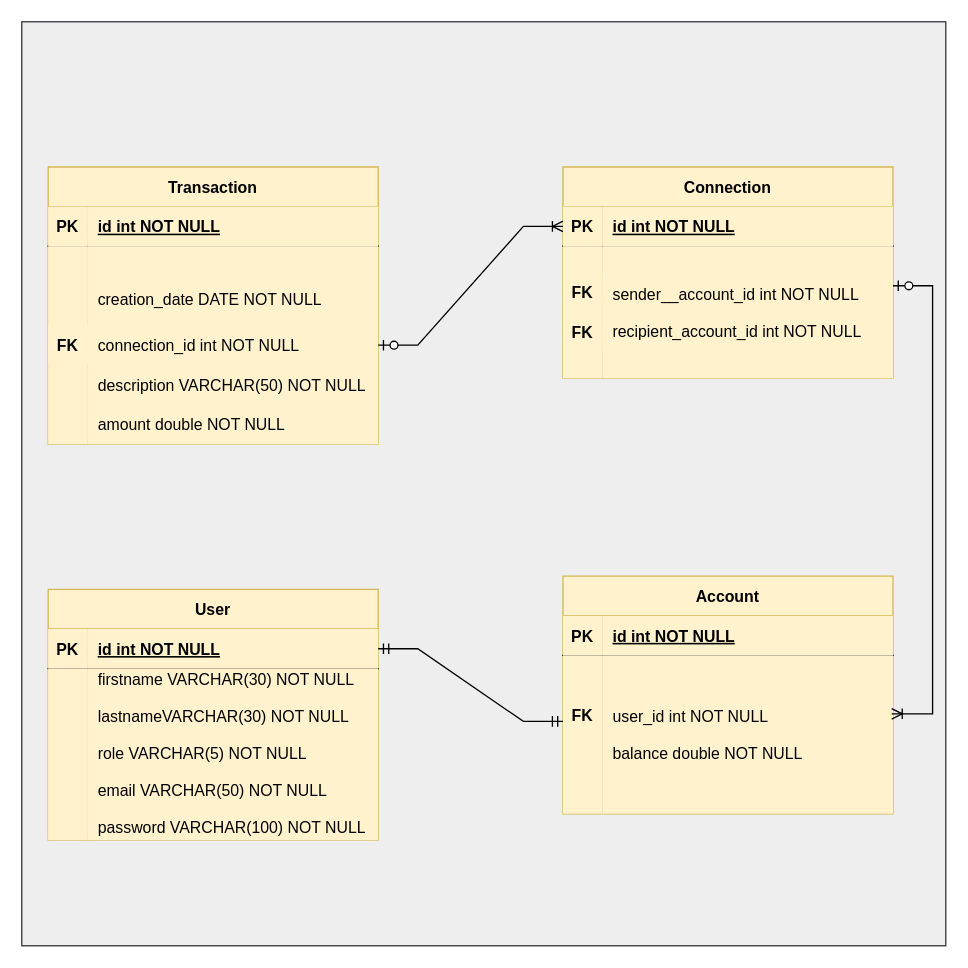
The draw.io diagram mpd-pmb.drawio in PhilAuto83/PayMyBuddy-PM, before the edit. Source tidied: cells renumbered, new cells numbered last; positions are measured from the earlier drawing's top-left corner, leaving out a move shared by most shapes. Both pictures are drawn from the tidied source at 132%, with x=0, y=0 at pixel (21, 21).
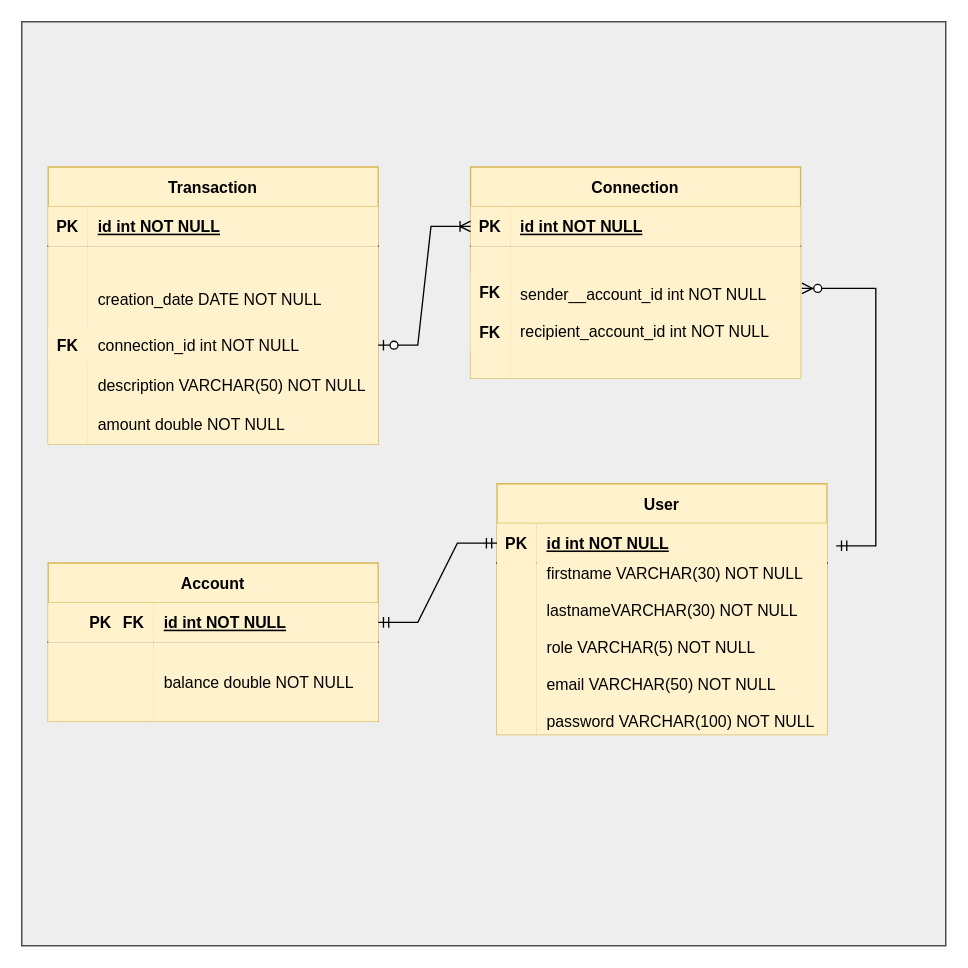
Above is the later version.

Commit message (it also covers changes not shown here):
changing uml for mcd and mpd with user connected to connection

The change refers to these unchanged cells:
```xml
<mxCell id="17" style="shape=partialRectangle;fillColor=none;points=[[0,0.5],[1,0.5]];portConstraint=eastwest;top=0;left=0;right=0;bottom=1;" parent="16" vertex="1">
  <mxGeometry y="30" width="250" height="30" as="geometry" />
</mxCell>
<mxCell id="27" style="shape=partialRectangle;fillColor=none;points=[[0,0.5],[1,0.5]];portConstraint=eastwest;top=0;left=0;right=0;bottom=0;" parent="23" vertex="1">
  <mxGeometry y="60" width="250" height="100" as="geometry" />
</mxCell>
<mxCell id="34" style="shape=partialRectangle;fillColor=none;points=[[0,0.5],[1,0.5]];portConstraint=eastwest;top=0;left=0;right=0;bottom=1;" parent="33" vertex="1">
  <mxGeometry y="30" width="250" height="30" as="geometry" />
</mxCell>
```

What changed in the source:
```diff
@@
     <mxCell id="16" value="User" style="shape=table;startSize=30;childLayout=tableLayout;rowLines=0;fontStyle=1;align=center;fillColor=#fff2cc;strokeColor=#d6b656;" parent="1" vertex="1">
-      <mxGeometry x="20" y="430" width="250" height="190" as="geometry" />
+      <mxGeometry x="360" y="350" width="250" height="190" as="geometry" />
     </mxCell>
@@
     <mxCell id="23" value="Connection" style="shape=table;startSize=30;childLayout=tableLayout;rowLines=0;fontStyle=1;align=center;fillColor=#fff2cc;strokeColor=#d6b656;" parent="1" vertex="1">
-      <mxGeometry x="410" y="110" width="250" height="160" as="geometry" />
+      <mxGeometry x="340" y="110" width="250" height="160" as="geometry" />
     </mxCell>
@@
     <mxCell id="30" value="FK" style="shape=partialRectangle;overflow=hidden;fillColor=#fff2cc;top=0;left=0;bottom=0;right=0;fontStyle=1;strokeColor=#d6b656;" parent="1" vertex="1">
-      <mxGeometry x="410" y="190" width="30" height="30" as="geometry" />
+      <mxGeometry x="340" y="190" width="30" height="30" as="geometry" />
     </mxCell>
     <mxCell id="31" value="FK" style="shape=partialRectangle;overflow=hidden;fillColor=#fff2cc;top=0;left=0;bottom=0;right=0;fontStyle=1;strokeColor=#d6b656;" parent="1" vertex="1">
-      <mxGeometry x="410" y="220" width="30" height="30" as="geometry" />
+      <mxGeometry x="340" y="220" width="30" height="30" as="geometry" />
     </mxCell>
@@
     <mxCell id="33" value="Account" style="shape=table;startSize=30;childLayout=tableLayout;rowLines=0;fontStyle=1;align=center;fillColor=#fff2cc;strokeColor=#d6b656;" parent="1" vertex="1">
-      <mxGeometry x="410" y="420" width="250" height="180" as="geometry" />
+      <mxGeometry x="20" y="410" width="250" height="120" as="geometry" />
     </mxCell>
@@
     <mxCell id="35" value="PK" style="shape=partialRectangle;overflow=hidden;fillColor=#fff2cc;top=0;left=0;bottom=0;right=0;fontStyle=1;strokeColor=#d6b656;" parent="34" vertex="1">
-      <mxGeometry width="30" height="30" as="geometry" />
+      <mxGeometry width="80" height="30" as="geometry" />
     </mxCell>
     <mxCell id="36" value="id int NOT NULL " style="shape=partialRectangle;overflow=hidden;fillColor=#fff2cc;top=0;left=0;bottom=0;right=0;align=left;spacingLeft=6;fontStyle=5;strokeColor=#d6b656;" parent="34" vertex="1">
-      <mxGeometry x="30" width="220" height="30" as="geometry" />
+      <mxGeometry x="80" width="170" height="30" as="geometry" />
     </mxCell>
     <mxCell id="37" style="shape=partialRectangle;fillColor=none;points=[[0,0.5],[1,0.5]];portConstraint=eastwest;top=0;left=0;right=0;bottom=0;" parent="33" vertex="1">
-      <mxGeometry y="60" width="250" height="120" as="geometry" />
+      <mxGeometry y="60" width="250" height="60" as="geometry" />
     </mxCell>
     <mxCell id="38" style="shape=partialRectangle;overflow=hidden;fillColor=#fff2cc;top=0;left=0;bottom=0;right=0;strokeColor=#d6b656;" parent="37" vertex="1">
-      <mxGeometry width="30" height="120" as="geometry" />
+      <mxGeometry width="80" height="60" as="geometry" />
     </mxCell>
-    <mxCell id="39" value="user_id int NOT NULL&#10;&#10;balance double NOT NULL" style="shape=partialRectangle;overflow=hidden;fillColor=#fff2cc;top=0;left=0;bottom=0;right=0;align=left;spacingLeft=6;strokeColor=#d6b656;" parent="37" vertex="1">
-      <mxGeometry x="30" width="220" height="120" as="geometry" />
+    <mxCell id="39" value="balance double NOT NULL" style="shape=partialRectangle;overflow=hidden;fillColor=#fff2cc;top=0;left=0;bottom=0;right=0;align=left;spacingLeft=6;strokeColor=#d6b656;" parent="37" vertex="1">
+      <mxGeometry x="80" width="170" height="60" as="geometry" />
     </mxCell>
+    <mxCell id="42" style="edgeStyle=entityRelationEdgeStyle;fontSize=12;html=1;endArrow=ERmandOne;startArrow=ERmandOne;rounded=0;exitX=0;exitY=0.5;exitDx=0;exitDy=0;entryX=1;entryY=0.5;entryDx=0;entryDy=0;" parent="1" edge="1" source="17" target="34">
+      <mxGeometry relative="1" as="geometry" />
+    </mxCell>
     <mxCell id="40" value="FK" style="shape=partialRectangle;overflow=hidden;fillColor=none;top=0;left=0;bottom=0;right=0;fontStyle=1;" parent="1" vertex="1">
-      <mxGeometry x="410" y="510" width="30" height="30" as="geometry" />
+      <mxGeometry x="70" y="440" width="30" height="30" as="geometry" />
     </mxCell>
-    <mxCell id="41" style="edgeStyle=entityRelationEdgeStyle;fontSize=12;html=1;endArrow=ERoneToMany;startArrow=ERzeroToOne;rounded=0;entryX=0.996;entryY=0.369;entryDx=0;entryDy=0;entryPerimeter=0;" parent="1" edge="1" target="37">
-      <mxGeometry relative="1" as="geometry">
-        <mxPoint x="660" y="200" as="sourcePoint" />
-        <Array as="points">
-          <mxPoint x="450" y="355" />
-        </Array>
-      </mxGeometry>
-    </mxCell>
-    <mxCell id="42" style="edgeStyle=entityRelationEdgeStyle;fontSize=12;html=1;endArrow=ERmandOne;startArrow=ERmandOne;rounded=0;exitX=1;exitY=0.5;exitDx=0;exitDy=0;" parent="1" edge="1" source="17">
-      <mxGeometry relative="1" as="geometry">
-        <mxPoint x="410" y="530" as="targetPoint" />
-      </mxGeometry>
-    </mxCell>
+    <mxCell id="43" style="edgeStyle=entityRelationEdgeStyle;fontSize=12;html=1;endArrow=ERzeroToMany;startArrow=ERmandOne;rounded=0;entryX=1.004;entryY=0.32;entryDx=0;entryDy=0;entryPerimeter=0;" parent="1" edge="1" target="27">
+      <mxGeometry relative="1" as="geometry">
+        <mxPoint x="617" y="397" as="sourcePoint" />
+      </mxGeometry>
+    </mxCell>
```
